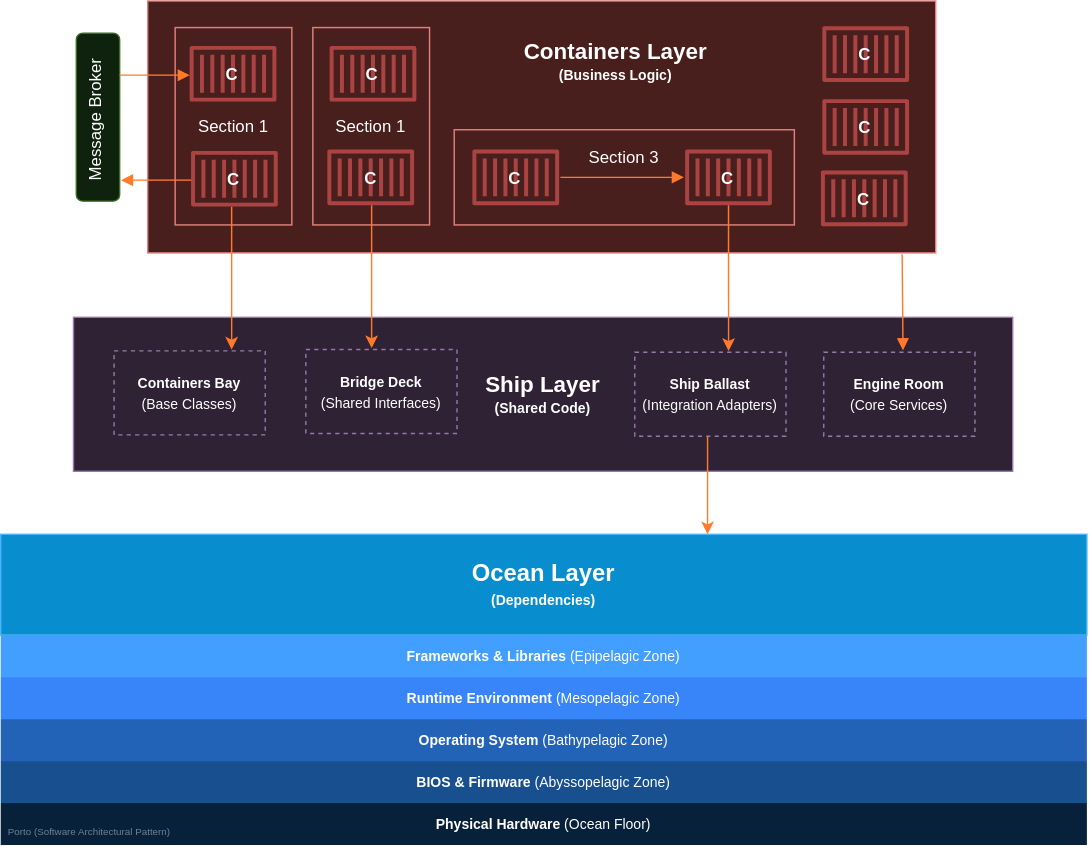
Before: img/diagrams/porto_layers.svg, a diagram exported from draw.io (Mahmoudz/Porto). Source tidied: cells renumbered, new cells last; positions are measured from the earlier drawing's top-left corner, leaving out a move shared by most shapes.
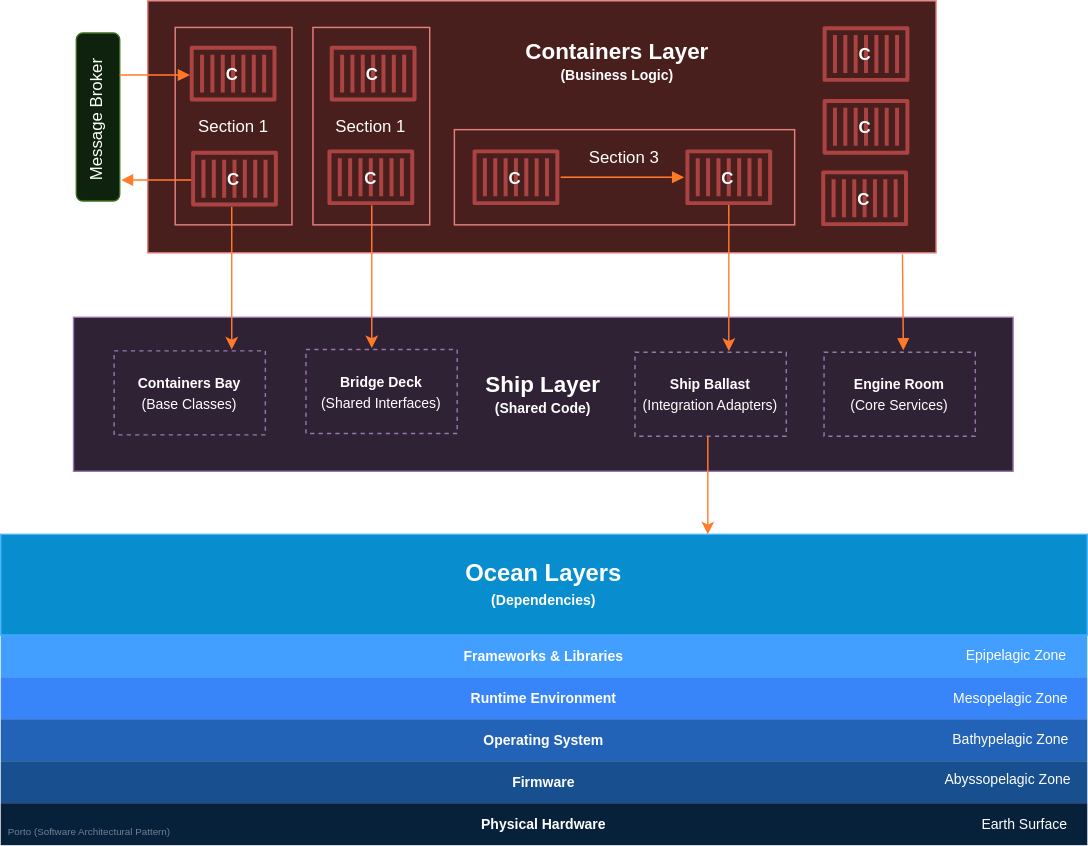
Above is the later version.

Change to the diagram source:
```diff
@@ -8,7 +8,7 @@
     <mxCell id="3" value="&lt;span style=&quot;font-weight: 400;&quot;&gt;Section 3&lt;/span&gt;&lt;div&gt;&lt;span style=&quot;font-weight: 400;&quot;&gt;&lt;br&gt;&lt;/span&gt;&lt;/div&gt;&lt;div&gt;&lt;span style=&quot;font-weight: 400;&quot;&gt;&lt;br&gt;&lt;/span&gt;&lt;/div&gt;" style="rounded=0;whiteSpace=wrap;html=1;fillColor=#f8cecc;strokeColor=#b85450;strokeWidth=1;fontStyle=1;" parent="1" vertex="1">
       <mxGeometry x="324" y="92" width="243" height="68" as="geometry" />
     </mxCell>
-    <mxCell id="4" value="&lt;div&gt;&lt;font color=&quot;#000000&quot;&gt;&lt;b style=&quot;background-color: initial;&quot;&gt;&lt;font style=&quot;font-size: 17px;&quot;&gt;Ocean Layer&lt;/font&gt;&lt;/b&gt;&lt;br&gt;&lt;/font&gt;&lt;/div&gt;&lt;div style=&quot;&quot;&gt;&lt;font color=&quot;#000000&quot;&gt;&lt;font style=&quot;font-size: 10px;&quot;&gt;&lt;b&gt;&lt;font style=&quot;font-size: 10px;&quot;&gt;(&lt;/font&gt;&lt;/b&gt;&lt;/font&gt;&lt;span style=&quot;background-color: initial; font-size: 10px;&quot;&gt;&lt;b&gt;Dependencies&lt;/b&gt;&lt;/span&gt;&lt;b style=&quot;font-size: 10px; background-color: initial;&quot;&gt;)&lt;/b&gt;&lt;/font&gt;&lt;/div&gt;" style="rounded=0;whiteSpace=wrap;html=1;fillColor=#1ba1e2;strokeColor=#006EAF;fontColor=#ffffff;" parent="1" vertex="1">
+    <mxCell id="4" value="&lt;div&gt;&lt;font color=&quot;#000000&quot;&gt;&lt;b style=&quot;background-color: initial;&quot;&gt;&lt;font style=&quot;font-size: 17px;&quot;&gt;Ocean Layers&lt;/font&gt;&lt;/b&gt;&lt;br&gt;&lt;/font&gt;&lt;/div&gt;&lt;div style=&quot;&quot;&gt;&lt;font color=&quot;#000000&quot;&gt;&lt;font style=&quot;font-size: 10px;&quot;&gt;&lt;b&gt;&lt;font style=&quot;font-size: 10px;&quot;&gt;(&lt;/font&gt;&lt;/b&gt;&lt;/font&gt;&lt;span style=&quot;background-color: initial; font-size: 10px;&quot;&gt;&lt;b&gt;Dependencies&lt;/b&gt;&lt;/span&gt;&lt;b style=&quot;font-size: 10px; background-color: initial;&quot;&gt;)&lt;/b&gt;&lt;/font&gt;&lt;/div&gt;" style="rounded=0;whiteSpace=wrap;html=1;fillColor=#1ba1e2;strokeColor=#006EAF;fontColor=#ffffff;" parent="1" vertex="1">
       <mxGeometry y="381" width="776" height="72" as="geometry" />
     </mxCell>
     <mxCell id="5" value="&lt;font size=&quot;1&quot;&gt;&lt;b style=&quot;&quot;&gt;&lt;span style=&quot;font-size: 16px;&quot;&gt;Ship Layer&lt;/span&gt;&lt;br&gt;(Shared Code)&lt;/b&gt;&lt;/font&gt;" style="rounded=0;whiteSpace=wrap;html=1;fillColor=#e1d5e7;strokeColor=#9673a6;" parent="1" vertex="1">
@@ -29,10 +29,10 @@
     <mxCell id="10" value="&lt;span style=&quot;font-size: 10px;&quot;&gt;&lt;b&gt;Ship Ballast&lt;/b&gt;&lt;/span&gt;&lt;br&gt;&lt;span style=&quot;font-size: 10px;&quot;&gt;(Integration Adapters)&lt;/span&gt;" style="rounded=0;whiteSpace=wrap;html=1;fillColor=#e1d5e7;strokeColor=#9673a6;dashed=1;" parent="1" vertex="1">
       <mxGeometry x="453" y="251" width="108" height="60" as="geometry" />
     </mxCell>
-    <mxCell id="11" value="&lt;font&gt;&lt;span style=&quot;font-size: 10px;&quot;&gt;&lt;b&gt;Frameworks &amp;amp;&amp;nbsp;Libraries&lt;/b&gt; (&lt;/span&gt;&lt;span style=&quot;font-size: 10px;&quot;&gt;Epipelagic Zone)&lt;/span&gt;&lt;br&gt;&lt;/font&gt;" style="rounded=0;whiteSpace=wrap;html=1;fillColor=#1774FF;strokeColor=none;fontColor=default;" parent="1" vertex="1">
+    <mxCell id="11" value="&lt;font&gt;&lt;span style=&quot;font-size: 10px;&quot;&gt;&lt;b&gt;Frameworks &amp;amp;&amp;nbsp;Libraries&lt;/b&gt;&lt;/span&gt;&lt;br&gt;&lt;/font&gt;" style="rounded=0;whiteSpace=wrap;html=1;fillColor=#1774FF;strokeColor=none;fontColor=default;" parent="1" vertex="1">
       <mxGeometry y="453" width="776" height="30" as="geometry" />
     </mxCell>
-    <mxCell id="12" value="&lt;font&gt;&lt;span style=&quot;font-size: 10px;&quot;&gt;&lt;b&gt;Operating System&lt;/b&gt; (&lt;/span&gt;&lt;span style=&quot;font-size: 10px;&quot;&gt;Bathypelagic Zone)&lt;/span&gt;&lt;br&gt;&lt;/font&gt;" style="rounded=0;whiteSpace=wrap;html=1;fillColor=#6BABFF;strokeColor=none;fontColor=default;" parent="1" vertex="1">
+    <mxCell id="12" value="&lt;font&gt;&lt;span style=&quot;font-size: 10px;&quot;&gt;&lt;b&gt;Operating System&lt;/b&gt;&lt;/span&gt;&lt;br&gt;&lt;/font&gt;" style="rounded=0;whiteSpace=wrap;html=1;fillColor=#6BABFF;strokeColor=none;fontColor=default;" parent="1" vertex="1">
       <mxGeometry y="513" width="776" height="30" as="geometry" />
     </mxCell>
     <mxCell id="13" value="&lt;font style=&quot;font-weight: normal;&quot;&gt;Section 1&lt;/font&gt;" style="rounded=0;whiteSpace=wrap;html=1;fillColor=#f8cecc;strokeColor=#b85450;strokeWidth=1;fontStyle=1;" parent="1" vertex="1">
@@ -56,13 +56,13 @@
         <mxPoint x="399.9" y="126" as="targetPoint" />
       </mxGeometry>
     </mxCell>
-    <mxCell id="19" value="&lt;font&gt;&lt;span style=&quot;font-size: 10px;&quot;&gt;&lt;b&gt;BIOS &amp;amp; Firmware&lt;/b&gt;&amp;nbsp;&lt;/span&gt;&lt;span style=&quot;font-size: 10px;&quot;&gt;(Abyssopelagic Zone)&lt;/span&gt;&lt;br&gt;&lt;/font&gt;" style="rounded=0;whiteSpace=wrap;html=1;fillColor=#87BFFF;strokeColor=none;fontColor=default;gradientColor=none;glass=0;" parent="1" vertex="1">
+    <mxCell id="19" value="&lt;font&gt;&lt;span style=&quot;font-size: 10px;&quot;&gt;&lt;b&gt;Firmware&lt;/b&gt;&lt;/span&gt;&lt;br&gt;&lt;/font&gt;" style="rounded=0;whiteSpace=wrap;html=1;fillColor=#87BFFF;strokeColor=none;fontColor=default;gradientColor=none;glass=0;" parent="1" vertex="1">
       <mxGeometry y="543" width="776" height="30" as="geometry" />
     </mxCell>
-    <mxCell id="20" value="&lt;font&gt;&lt;span style=&quot;font-size: 10px;&quot;&gt;&lt;b&gt;Physical Hardware&lt;/b&gt;&amp;nbsp;&lt;/span&gt;&lt;span style=&quot;font-size: 10px;&quot;&gt;(Ocean Floor)&lt;/span&gt;&lt;br&gt;&lt;/font&gt;" style="rounded=0;whiteSpace=wrap;html=1;fillColor=#CCE5FF;strokeColor=none;fontColor=#000000;fillStyle=solid;" parent="1" vertex="1">
+    <mxCell id="20" value="&lt;font&gt;&lt;span style=&quot;font-size: 10px;&quot;&gt;&lt;b&gt;Physical Hardware&lt;/b&gt;&lt;/span&gt;&lt;br&gt;&lt;/font&gt;" style="rounded=0;whiteSpace=wrap;html=1;fillColor=#CCE5FF;strokeColor=none;fontColor=#000000;fillStyle=solid;" parent="1" vertex="1">
       <mxGeometry y="573" width="776" height="30" as="geometry" />
     </mxCell>
-    <mxCell id="21" value="&lt;font&gt;&lt;span style=&quot;font-size: 10px;&quot;&gt;&lt;b&gt;Runtime Environment&lt;/b&gt;&amp;nbsp;(&lt;/span&gt;&lt;span style=&quot;font-size: 10px;&quot;&gt;Mesopelagic Zone)&lt;/span&gt;&lt;br&gt;&lt;/font&gt;" style="rounded=0;whiteSpace=wrap;html=1;fillColor=#3D8BFF;strokeColor=none;fontColor=default;" parent="1" vertex="1">
+    <mxCell id="21" value="&lt;font&gt;&lt;span style=&quot;font-size: 10px;&quot;&gt;&lt;b&gt;Runtime Environment&lt;/b&gt;&lt;/span&gt;&lt;br&gt;&lt;/font&gt;" style="rounded=0;whiteSpace=wrap;html=1;fillColor=#3D8BFF;strokeColor=none;fontColor=default;" parent="1" vertex="1">
       <mxGeometry y="483" width="776" height="30" as="geometry" />
     </mxCell>
     <mxCell id="22" style="endArrow=classic;html=1;rounded=0;fontColor=default;strokeColor=#e65200;" parent="1" edge="1">
@@ -214,5 +214,20 @@
     <mxCell id="64" value="&lt;font color=&quot;#768594&quot; style=&quot;font-size: 7px;&quot;&gt;Porto (Software Architectural Pattern)&lt;/font&gt;" style="text;html=1;align=center;verticalAlign=middle;whiteSpace=wrap;rounded=0;" parent="1" vertex="1">
       <mxGeometry x="3" y="582" width="121" height="20" as="geometry" />
     </mxCell>
+    <mxCell id="65" value="&lt;font style=&quot;font-size: 10px;&quot;&gt;Epipelagic Zone&lt;/font&gt;" style="text;html=1;align=center;verticalAlign=middle;strokeColor=none;fillColor=none;" parent="1" vertex="1">
+      <mxGeometry x="680" y="454" width="90" height="26" as="geometry" />
+    </mxCell>
+    <mxCell id="66" value="&lt;font style=&quot;font-size: 10px;&quot;&gt;Mesopelagic Zone&lt;/font&gt;" style="text;html=1;align=center;verticalAlign=middle;strokeColor=none;fillColor=none;" parent="1" vertex="1">
+      <mxGeometry x="671" y="485" width="100" height="26" as="geometry" />
+    </mxCell>
+    <mxCell id="67" value="&lt;font style=&quot;font-size: 10px;&quot;&gt;Bathypelagic Zone&lt;/font&gt;" style="text;html=1;align=center;verticalAlign=middle;strokeColor=none;fillColor=none;" parent="1" vertex="1">
+      <mxGeometry x="670" y="514" width="101" height="26" as="geometry" />
+    </mxCell>
+    <mxCell id="68" value="&lt;font style=&quot;font-size: 10px;&quot;&gt;Abyssopelagic Zone&lt;/font&gt;" style="text;html=1;align=center;verticalAlign=middle;strokeColor=none;fillColor=none;" parent="1" vertex="1">
+      <mxGeometry x="665" y="543" width="108" height="26" as="geometry" />
+    </mxCell>
+    <mxCell id="69" value="&lt;font style=&quot;font-size: 10px;&quot;&gt;Earth Surface&lt;/font&gt;" style="text;html=1;align=center;verticalAlign=middle;strokeColor=none;fillColor=none;" parent="1" vertex="1">
+      <mxGeometry x="691" y="575" width="79" height="26" as="geometry" />
+    </mxCell>
   </root>
 </mxGraphModel>
```
